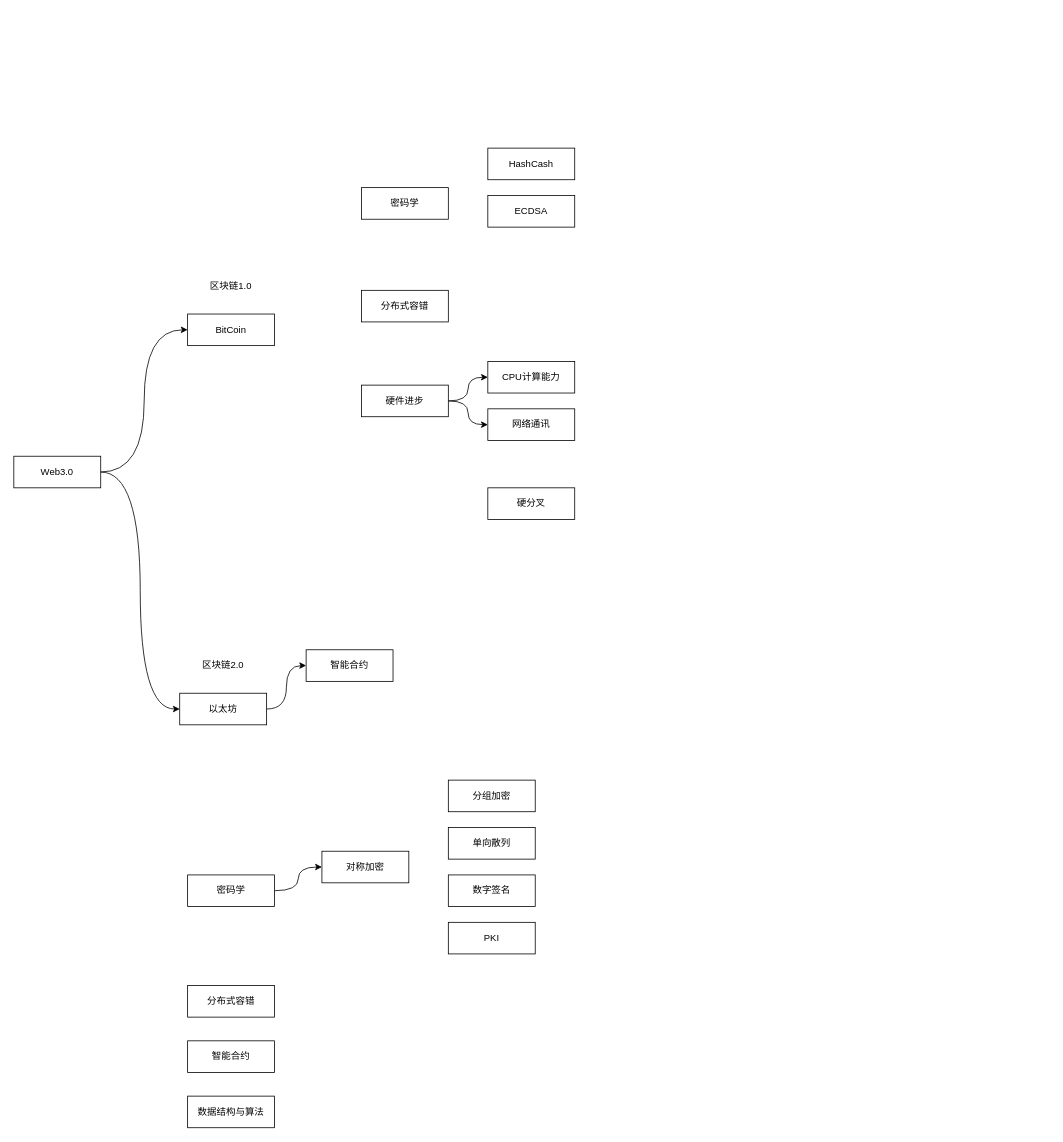
haoboliu66/Diagram keeps this draw.io diagram as Web3.0.drawio. Above is the earlier version. Source tidied: cells renumbered, new cells numbered last; positions are measured from the earlier drawing's top-left corner, leaving out a move shared by most shapes. Both pictures are drawn from the tidied source at 79%, with x=0, y=0 at pixel (13, 148).
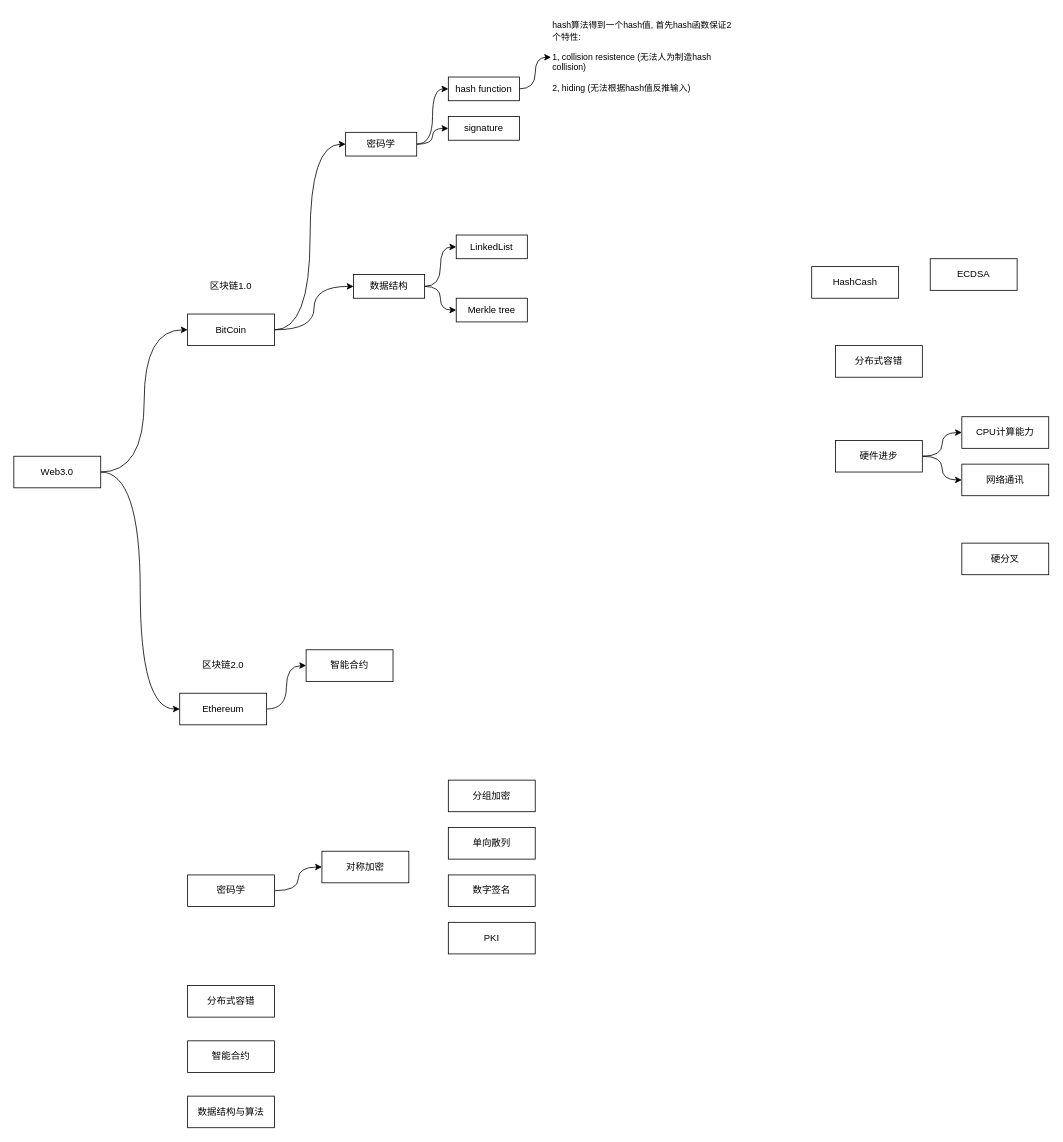
The same diagram, later.

Unchanged cells that the change refers to:
```xml
<mxCell id="17" value="BitCoin" style="rounded=0;whiteSpace=wrap;html=1;" parent="1" vertex="1">
  <mxGeometry x="220" y="210" width="110" height="40" as="geometry" />
</mxCell>
```

The edit, as a diff of the source:
```diff
@@
+    <mxCell id="31" style="edgeStyle=orthogonalEdgeStyle;shape=connector;curved=1;rounded=0;jettySize=auto;html=1;entryX=0;entryY=0.5;entryDx=0;entryDy=0;strokeColor=default;align=center;verticalAlign=middle;fontFamily=Helvetica;fontSize=11;fontColor=default;labelBackgroundColor=default;endArrow=classic;" parent="1" edge="1" source="5" target="36">
+      <mxGeometry relative="1" as="geometry" />
+    </mxCell>
+    <mxCell id="32" style="edgeStyle=orthogonalEdgeStyle;shape=connector;curved=1;rounded=0;jettySize=auto;html=1;strokeColor=default;align=center;verticalAlign=middle;fontFamily=Helvetica;fontSize=11;fontColor=default;labelBackgroundColor=default;endArrow=classic;" parent="1" edge="1" source="5" target="43">
+      <mxGeometry relative="1" as="geometry" />
+    </mxCell>
     <mxCell id="5" value="密码学" style="rounded=0;whiteSpace=wrap;html=1;" parent="1" vertex="1">
-      <mxGeometry x="440" y="50" width="110" height="40" as="geometry" />
+      <mxGeometry x="420" y="-20" width="90" height="30" as="geometry" />
     </mxCell>
     <mxCell id="6" value="分布式容错" style="rounded=0;whiteSpace=wrap;html=1;" parent="1" vertex="1">
-      <mxGeometry x="440" y="180" width="110" height="40" as="geometry" />
+      <mxGeometry x="1040" y="250" width="110" height="40" as="geometry" />
     </mxCell>
@@
     <mxCell id="9" value="硬件进步" style="rounded=0;whiteSpace=wrap;html=1;" parent="1" vertex="1">
-      <mxGeometry x="440" y="300" width="110" height="40" as="geometry" />
+      <mxGeometry x="1040" y="370" width="110" height="40" as="geometry" />
     </mxCell>
     <mxCell id="10" value="HashCash" style="rounded=0;whiteSpace=wrap;html=1;" parent="1" vertex="1">
-      <mxGeometry x="600" width="110" height="40" as="geometry" />
+      <mxGeometry x="1010" y="150" width="110" height="40" as="geometry" />
     </mxCell>
     <mxCell id="11" value="ECDSA" style="rounded=0;whiteSpace=wrap;html=1;" parent="1" vertex="1">
-      <mxGeometry x="600" y="60" width="110" height="40" as="geometry" />
+      <mxGeometry x="1160" y="140" width="110" height="40" as="geometry" />
     </mxCell>
     <mxCell id="12" value="CPU计算能力" style="rounded=0;whiteSpace=wrap;html=1;" parent="1" vertex="1">
-      <mxGeometry x="600" y="270" width="110" height="40" as="geometry" />
+      <mxGeometry x="1200" y="340" width="110" height="40" as="geometry" />
     </mxCell>
     <mxCell id="13" value="网络通讯" style="rounded=0;whiteSpace=wrap;html=1;" parent="1" vertex="1">
-      <mxGeometry x="600" y="330" width="110" height="40" as="geometry" />
+      <mxGeometry x="1200" y="400" width="110" height="40" as="geometry" />
     </mxCell>
     <mxCell id="14" value="硬分叉" style="rounded=0;whiteSpace=wrap;html=1;" parent="1" vertex="1">
-      <mxGeometry x="600" y="430" width="110" height="40" as="geometry" />
+      <mxGeometry x="1200" y="500" width="110" height="40" as="geometry" />
     </mxCell>
@@
-    <mxCell id="16" value="以太坊" style="rounded=0;whiteSpace=wrap;html=1;" parent="1" vertex="1">
+    <mxCell id="16" value="&lt;span style=&quot;font-size: 12px;&quot;&gt;Ethereum&lt;/span&gt;" style="rounded=0;whiteSpace=wrap;html=1;" parent="1" vertex="1">
       <mxGeometry x="210" y="690" width="110" height="40" as="geometry" />
     </mxCell>
+    <mxCell id="33" style="edgeStyle=orthogonalEdgeStyle;rounded=0;jettySize=auto;html=1;entryX=0;entryY=0.5;entryDx=0;entryDy=0;curved=1;" parent="1" edge="1" source="17" target="5">
+      <mxGeometry relative="1" as="geometry" />
+    </mxCell>
+    <mxCell id="34" style="edgeStyle=orthogonalEdgeStyle;shape=connector;curved=1;rounded=0;jettySize=auto;html=1;entryX=0;entryY=0.5;entryDx=0;entryDy=0;strokeColor=default;align=center;verticalAlign=middle;fontFamily=Helvetica;fontSize=11;fontColor=default;labelBackgroundColor=default;endArrow=classic;" parent="1" edge="1" source="17" target="39">
+      <mxGeometry relative="1" as="geometry" />
+    </mxCell>
@@
+    <mxCell id="35" style="edgeStyle=orthogonalEdgeStyle;shape=connector;curved=1;rounded=0;jettySize=auto;html=1;strokeColor=default;align=center;verticalAlign=middle;fontFamily=Helvetica;fontSize=11;fontColor=default;labelBackgroundColor=default;endArrow=classic;" parent="1" edge="1" source="36" target="40">
+      <mxGeometry relative="1" as="geometry" />
+    </mxCell>
+    <mxCell id="36" value="hash function" style="rounded=0;whiteSpace=wrap;html=1;" parent="1" vertex="1">
+      <mxGeometry x="550" y="-90" width="90" height="30" as="geometry" />
+    </mxCell>
+    <mxCell id="37" style="edgeStyle=orthogonalEdgeStyle;shape=connector;curved=1;rounded=0;jettySize=auto;html=1;entryX=0;entryY=0.5;entryDx=0;entryDy=0;strokeColor=default;align=center;verticalAlign=middle;fontFamily=Helvetica;fontSize=11;fontColor=default;labelBackgroundColor=default;endArrow=classic;" parent="1" edge="1" source="39" target="41">
+      <mxGeometry relative="1" as="geometry" />
+    </mxCell>
+    <mxCell id="38" style="edgeStyle=orthogonalEdgeStyle;shape=connector;curved=1;rounded=0;jettySize=auto;html=1;entryX=0;entryY=0.5;entryDx=0;entryDy=0;strokeColor=default;align=center;verticalAlign=middle;fontFamily=Helvetica;fontSize=11;fontColor=default;labelBackgroundColor=default;endArrow=classic;" parent="1" edge="1" source="39" target="42">
+      <mxGeometry relative="1" as="geometry" />
+    </mxCell>
+    <mxCell id="39" value="数据结构" style="rounded=0;whiteSpace=wrap;html=1;" parent="1" vertex="1">
+      <mxGeometry x="430" y="160" width="90" height="30" as="geometry" />
+    </mxCell>
+    <mxCell id="40" value="&lt;div&gt;hash算法得到一个hash值, 首先hash函数保证2个特性:&lt;/div&gt;&lt;div&gt;&lt;br&gt;&lt;/div&gt;&lt;div&gt;1, collision resistence (无法人为制造hash collision)&lt;/div&gt;&lt;div&gt;&lt;br&gt;&lt;/div&gt;&lt;div&gt;2, hiding (无法根据hash值反推输入)&lt;/div&gt;" style="text;html=1;align=left;verticalAlign=middle;whiteSpace=wrap;rounded=0;fontFamily=Helvetica;fontSize=11;fontColor=default;labelBackgroundColor=default;" parent="1" vertex="1">
+      <mxGeometry x="680" y="-170" width="230" height="110" as="geometry" />
+    </mxCell>
+    <mxCell id="41" value="LinkedList" style="rounded=0;whiteSpace=wrap;html=1;" parent="1" vertex="1">
+      <mxGeometry x="560" y="110" width="90" height="30" as="geometry" />
+    </mxCell>
+    <mxCell id="42" value="Merkle tree" style="rounded=0;whiteSpace=wrap;html=1;" parent="1" vertex="1">
+      <mxGeometry x="560" y="190" width="90" height="30" as="geometry" />
+    </mxCell>
+    <mxCell id="43" value="signature" style="rounded=0;whiteSpace=wrap;html=1;" parent="1" vertex="1">
+      <mxGeometry x="550" y="-40" width="90" height="30" as="geometry" />
+    </mxCell>
```
